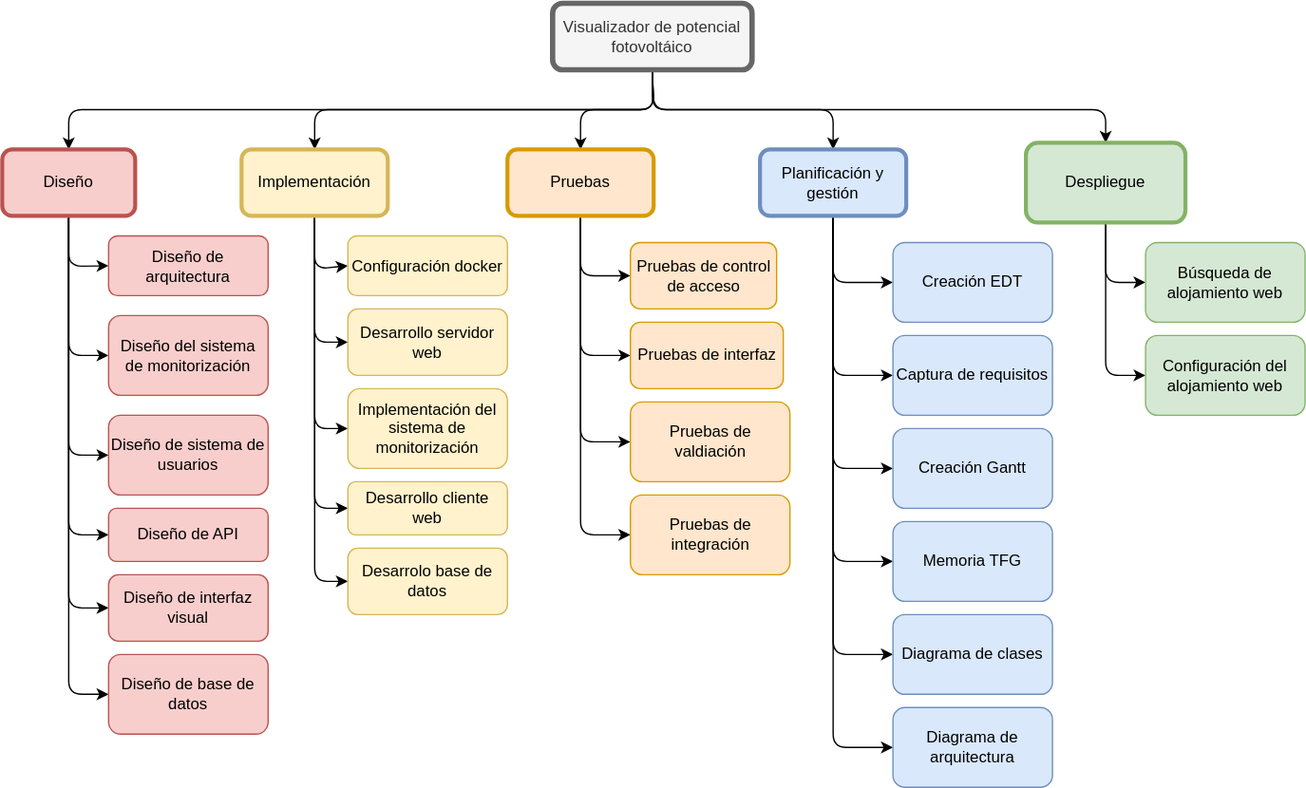
Above: documentación/EDT.drawio.svg in Calcoph/visualizador-potencial-fotovoltaico (draw.io), before the change. Source tidied: cells renumbered, new cells last; positions are measured from the earlier drawing's top-left corner, leaving out a move shared by most shapes.
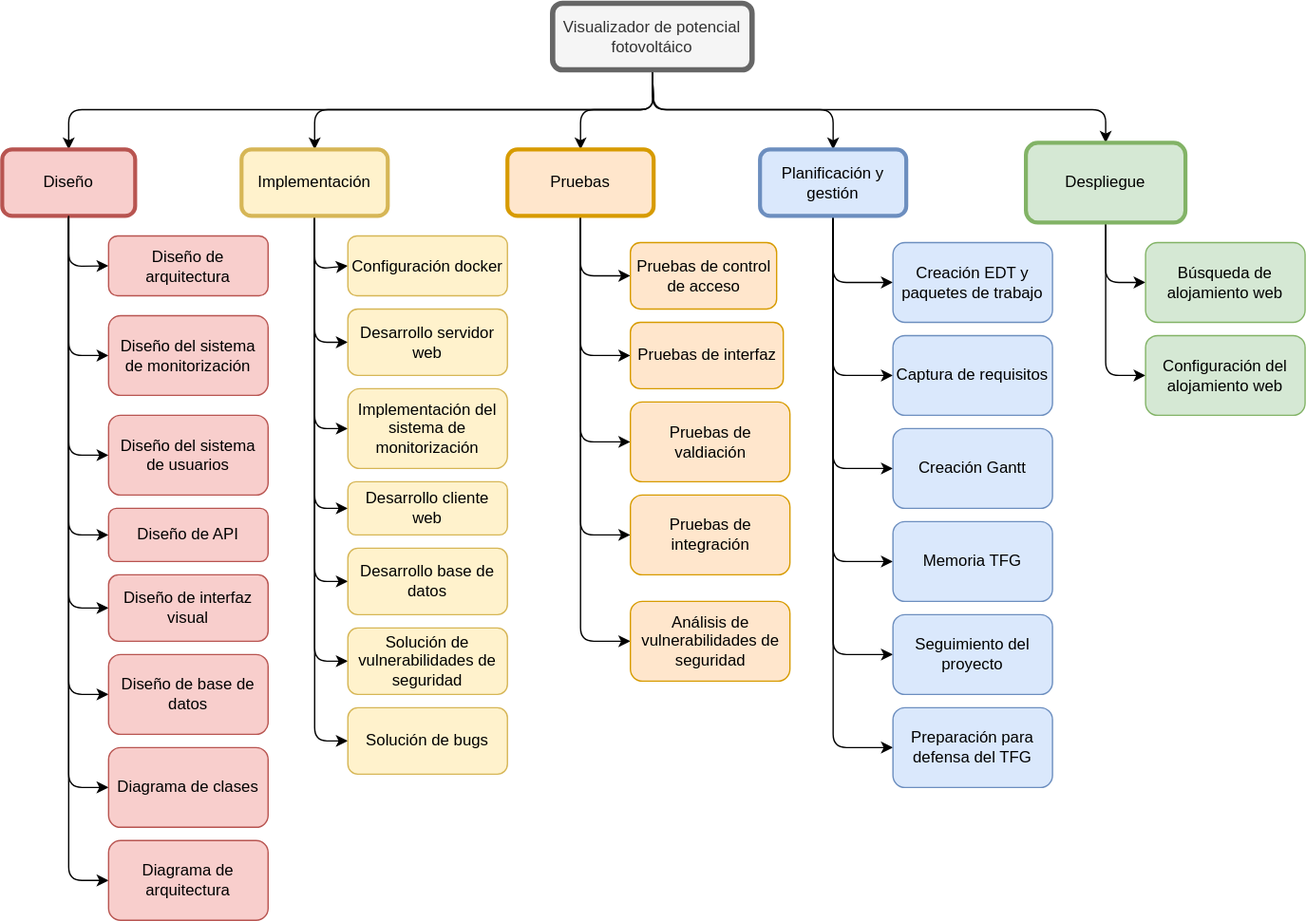
Later version of the same file.

What changed in the source:
```diff
@@ -125,6 +125,20 @@
         </Array>
       </mxGeometry>
     </mxCell>
+    <mxCell id="59" style="edgeStyle=none;html=1;exitX=0.5;exitY=1;exitDx=0;exitDy=0;entryX=0;entryY=0.5;entryDx=0;entryDy=0;startArrow=none;startFill=0;" parent="1" edge="1" source="20" target="65">
+      <mxGeometry relative="1" as="geometry">
+        <Array as="points">
+          <mxPoint x="235" y="495" />
+        </Array>
+      </mxGeometry>
+    </mxCell>
+    <mxCell id="60" style="edgeStyle=none;html=1;exitX=0.5;exitY=1;exitDx=0;exitDy=0;entryX=0;entryY=0.5;entryDx=0;entryDy=0;startArrow=none;startFill=0;" parent="1" edge="1" source="20" target="66">
+      <mxGeometry relative="1" as="geometry">
+        <Array as="points">
+          <mxPoint x="235" y="555" />
+        </Array>
+      </mxGeometry>
+    </mxCell>
     <mxCell id="20" value="Implementación" style="rounded=1;whiteSpace=wrap;html=1;fillColor=#fff2cc;strokeColor=#d6b656;strokeWidth=3;" parent="1" vertex="1">
       <mxGeometry x="180" y="110" width="110" height="50" as="geometry" />
     </mxCell>
@@ -156,6 +170,13 @@
         </Array>
       </mxGeometry>
     </mxCell>
+    <mxCell id="61" style="edgeStyle=none;html=1;exitX=0.5;exitY=1;exitDx=0;exitDy=0;entryX=0;entryY=0.5;entryDx=0;entryDy=0;startArrow=none;startFill=0;" parent="1" edge="1" source="25" target="64">
+      <mxGeometry relative="1" as="geometry">
+        <Array as="points">
+          <mxPoint x="435" y="480" />
+        </Array>
+      </mxGeometry>
+    </mxCell>
     <mxCell id="25" value="Pruebas" style="rounded=1;whiteSpace=wrap;html=1;fillColor=#ffe6cc;strokeColor=#d79b00;strokeWidth=3;" parent="1" vertex="1">
       <mxGeometry x="380" y="110" width="110" height="50" as="geometry" />
     </mxCell>
@@ -187,27 +208,27 @@
         </Array>
       </mxGeometry>
     </mxCell>
-    <mxCell id="30" style="edgeStyle=none;rounded=1;html=1;exitX=0.5;exitY=1;exitDx=0;exitDy=0;entryX=0;entryY=0.5;entryDx=0;entryDy=0;" parent="1" edge="1" source="32" target="37">
-      <mxGeometry relative="1" as="geometry">
-        <Array as="points">
-          <mxPoint x="625" y="490" />
-        </Array>
-      </mxGeometry>
-    </mxCell>
-    <mxCell id="31" style="edgeStyle=none;rounded=1;html=1;exitX=0.5;exitY=1;exitDx=0;exitDy=0;entryX=0;entryY=0.5;entryDx=0;entryDy=0;" parent="1" edge="1" source="32" target="38">
-      <mxGeometry relative="1" as="geometry">
-        <Array as="points">
-          <mxPoint x="625" y="560" />
-        </Array>
-      </mxGeometry>
-    </mxCell>
+    <mxCell id="62" style="edgeStyle=none;html=1;exitX=0.5;exitY=1;exitDx=0;exitDy=0;entryX=0;entryY=0.5;entryDx=0;entryDy=0;startArrow=none;startFill=0;" parent="1" edge="1" source="32" target="67">
+      <mxGeometry relative="1" as="geometry">
+        <Array as="points">
+          <mxPoint x="625" y="490" />
+        </Array>
+      </mxGeometry>
+    </mxCell>
+    <mxCell id="63" style="edgeStyle=none;html=1;exitX=0.5;exitY=1;exitDx=0;exitDy=0;entryX=0;entryY=0.5;entryDx=0;entryDy=0;startArrow=none;startFill=0;" parent="1" edge="1" source="32" target="68">
+      <mxGeometry relative="1" as="geometry">
+        <Array as="points">
+          <mxPoint x="625" y="560" />
+        </Array>
+      </mxGeometry>
+    </mxCell>
     <mxCell id="32" value="Planificación y gestión" style="rounded=1;whiteSpace=wrap;html=1;fillColor=#dae8fc;strokeColor=#6c8ebf;strokeWidth=3;" parent="1" vertex="1">
       <mxGeometry x="570" y="110" width="110" height="50" as="geometry" />
     </mxCell>
     <mxCell id="33" value="Memoria TFG" style="rounded=1;whiteSpace=wrap;html=1;fillColor=#dae8fc;strokeColor=#6c8ebf;" parent="1" vertex="1">
       <mxGeometry x="670" y="390" width="120" height="60" as="geometry" />
     </mxCell>
-    <mxCell id="34" value="Creación EDT" style="rounded=1;whiteSpace=wrap;html=1;fillColor=#dae8fc;strokeColor=#6c8ebf;" parent="1" vertex="1">
+    <mxCell id="34" value="Creación EDT y paquetes de trabajo" style="rounded=1;whiteSpace=wrap;html=1;fillColor=#dae8fc;strokeColor=#6c8ebf;" parent="1" vertex="1">
       <mxGeometry x="670" y="180" width="120" height="60" as="geometry" />
     </mxCell>
     <mxCell id="35" value="Creación Gantt" style="rounded=1;whiteSpace=wrap;html=1;shadow=0;glass=0;fillColor=#dae8fc;strokeColor=#6c8ebf;" parent="1" vertex="1">
@@ -216,12 +237,6 @@
     <mxCell id="36" value="Captura de requisitos" style="rounded=1;whiteSpace=wrap;html=1;shadow=0;glass=0;sketch=0;fillColor=#dae8fc;strokeColor=#6c8ebf;" parent="1" vertex="1">
       <mxGeometry x="670" y="250" width="120" height="60" as="geometry" />
     </mxCell>
-    <mxCell id="37" value="Diagrama de clases" style="rounded=1;whiteSpace=wrap;html=1;shadow=0;glass=0;sketch=0;fillColor=#dae8fc;strokeColor=#6c8ebf;" parent="1" vertex="1">
-      <mxGeometry x="670" y="460" width="120" height="60" as="geometry" />
-    </mxCell>
-    <mxCell id="38" value="Diagrama de arquitectura" style="rounded=1;whiteSpace=wrap;html=1;shadow=0;glass=0;sketch=0;fillColor=#dae8fc;strokeColor=#6c8ebf;" parent="1" vertex="1">
-      <mxGeometry x="670" y="530" width="120" height="60" as="geometry" />
-    </mxCell>
     <mxCell id="39" value="Pruebas de control de acceso" style="rounded=1;whiteSpace=wrap;html=1;shadow=0;glass=0;sketch=0;fillColor=#ffe6cc;strokeColor=#d79b00;" parent="1" vertex="1">
       <mxGeometry x="472.5" y="180" width="110" height="50" as="geometry" />
     </mxCell>
@@ -272,7 +287,7 @@
     <mxCell id="52" value="Diseño del sistema de monitorización" style="rounded=1;whiteSpace=wrap;html=1;fillColor=#f8cecc;strokeColor=#b85450;" parent="1" vertex="1">
       <mxGeometry x="80" y="235" width="120" height="60" as="geometry" />
     </mxCell>
-    <mxCell id="53" value="Diseño de sistema de usuarios" style="rounded=1;whiteSpace=wrap;html=1;fillColor=#f8cecc;strokeColor=#b85450;" parent="1" vertex="1">
+    <mxCell id="53" value="Diseño del sistema de usuarios" style="rounded=1;whiteSpace=wrap;html=1;fillColor=#f8cecc;strokeColor=#b85450;" parent="1" vertex="1">
       <mxGeometry x="80" y="310" width="120" height="60" as="geometry" />
     </mxCell>
     <mxCell id="54" value="Diseño de API" style="rounded=1;whiteSpace=wrap;html=1;fillColor=#f8cecc;strokeColor=#b85450;" parent="1" vertex="1">
@@ -284,11 +299,46 @@
     <mxCell id="56" value="Desarrollo cliente web" style="rounded=1;whiteSpace=wrap;html=1;fillColor=#fff2cc;strokeColor=#d6b656;" parent="1" vertex="1">
       <mxGeometry x="260" y="360" width="120" height="40" as="geometry" />
     </mxCell>
-    <mxCell id="57" value="Desarrolo base de datos" style="rounded=1;whiteSpace=wrap;html=1;fillColor=#fff2cc;strokeColor=#d6b656;" parent="1" vertex="1">
+    <mxCell id="57" value="Desarrollo base de datos" style="rounded=1;whiteSpace=wrap;html=1;fillColor=#fff2cc;strokeColor=#d6b656;" parent="1" vertex="1">
       <mxGeometry x="260" y="410" width="120" height="50" as="geometry" />
     </mxCell>
     <mxCell id="58" value="Diseño de base de datos" style="rounded=1;whiteSpace=wrap;html=1;fillColor=#f8cecc;strokeColor=#b85450;" parent="1" vertex="1">
       <mxGeometry x="80" y="490" width="120" height="60" as="geometry" />
     </mxCell>
+    <mxCell id="64" value="Análisis de vulnerabilidades de seguridad" style="rounded=1;whiteSpace=wrap;html=1;fillColor=#ffe6cc;strokeColor=#d79b00;" parent="1" vertex="1">
+      <mxGeometry x="472.5" y="450" width="120" height="60" as="geometry" />
+    </mxCell>
+    <mxCell id="65" value="Solución de vulnerabilidades de seguridad" style="rounded=1;whiteSpace=wrap;html=1;fillColor=#fff2cc;strokeColor=#d6b656;" parent="1" vertex="1">
+      <mxGeometry x="260" y="470" width="120" height="50" as="geometry" />
+    </mxCell>
+    <mxCell id="66" value="Solución de bugs" style="rounded=1;whiteSpace=wrap;html=1;fillColor=#fff2cc;strokeColor=#d6b656;" parent="1" vertex="1">
+      <mxGeometry x="260" y="530" width="120" height="50" as="geometry" />
+    </mxCell>
+    <mxCell id="67" value="Seguimiento del proyecto" style="rounded=1;whiteSpace=wrap;html=1;shadow=0;glass=0;sketch=0;fillColor=#dae8fc;strokeColor=#6c8ebf;" parent="1" vertex="1">
+      <mxGeometry x="670" y="460" width="120" height="60" as="geometry" />
+    </mxCell>
+    <mxCell id="68" value="Preparación para defensa del TFG" style="rounded=1;whiteSpace=wrap;html=1;shadow=0;glass=0;sketch=0;fillColor=#dae8fc;strokeColor=#6c8ebf;" parent="1" vertex="1">
+      <mxGeometry x="670" y="530" width="120" height="60" as="geometry" />
+    </mxCell>
+    <mxCell id="69" style="edgeStyle=none;rounded=1;html=1;exitX=0.5;exitY=1;exitDx=0;exitDy=0;entryX=0;entryY=0.5;entryDx=0;entryDy=0;" parent="1" edge="1" source="14" target="37">
+      <mxGeometry relative="1" as="geometry">
+        <Array as="points">
+          <mxPoint x="50" y="590" />
+        </Array>
+      </mxGeometry>
+    </mxCell>
+    <mxCell id="70" style="edgeStyle=none;rounded=1;html=1;exitX=0.5;exitY=1;exitDx=0;exitDy=0;entryX=0;entryY=0.5;entryDx=0;entryDy=0;" parent="1" edge="1" source="14" target="38">
+      <mxGeometry relative="1" as="geometry">
+        <Array as="points">
+          <mxPoint x="50" y="660" />
+        </Array>
+      </mxGeometry>
+    </mxCell>
+    <mxCell id="37" value="Diagrama de clases" style="rounded=1;whiteSpace=wrap;html=1;shadow=0;glass=0;sketch=0;fillColor=#f8cecc;strokeColor=#b85450;" parent="1" vertex="1">
+      <mxGeometry x="80" y="560" width="120" height="60" as="geometry" />
+    </mxCell>
+    <mxCell id="38" value="Diagrama de arquitectura" style="rounded=1;whiteSpace=wrap;html=1;shadow=0;glass=0;sketch=0;fillColor=#f8cecc;strokeColor=#b85450;" parent="1" vertex="1">
+      <mxGeometry x="80" y="630" width="120" height="60" as="geometry" />
+    </mxCell>
   </root>
 </mxGraphModel>
```
